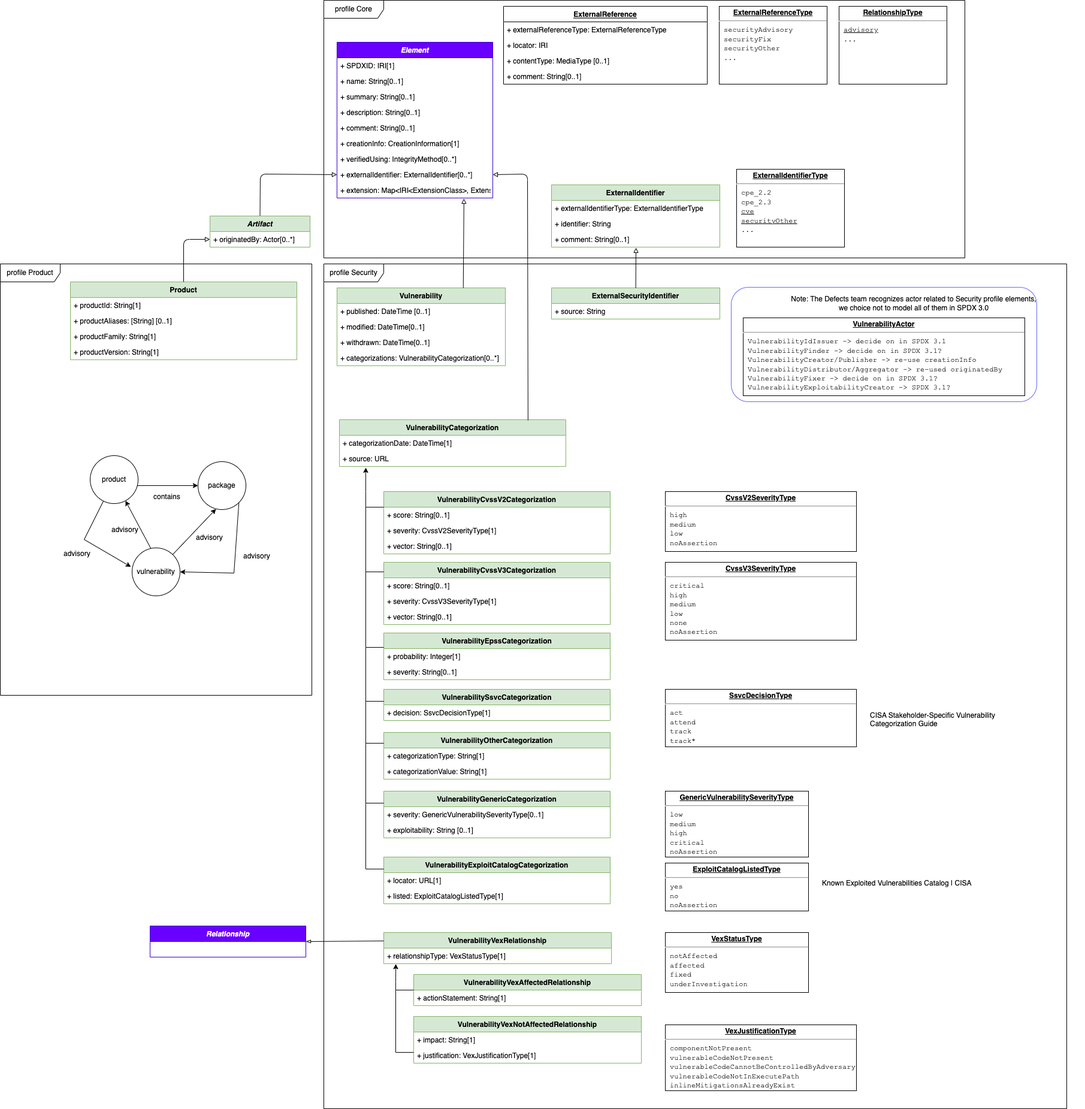
spdx/spdx-3-model keeps this draw.io diagram as security-profile/security-profile.png. Above is the earlier version. Source tidied: cells renumbered, new cells last; positions are measured from the earlier drawing's top-left corner, leaving out a move shared by most shapes.
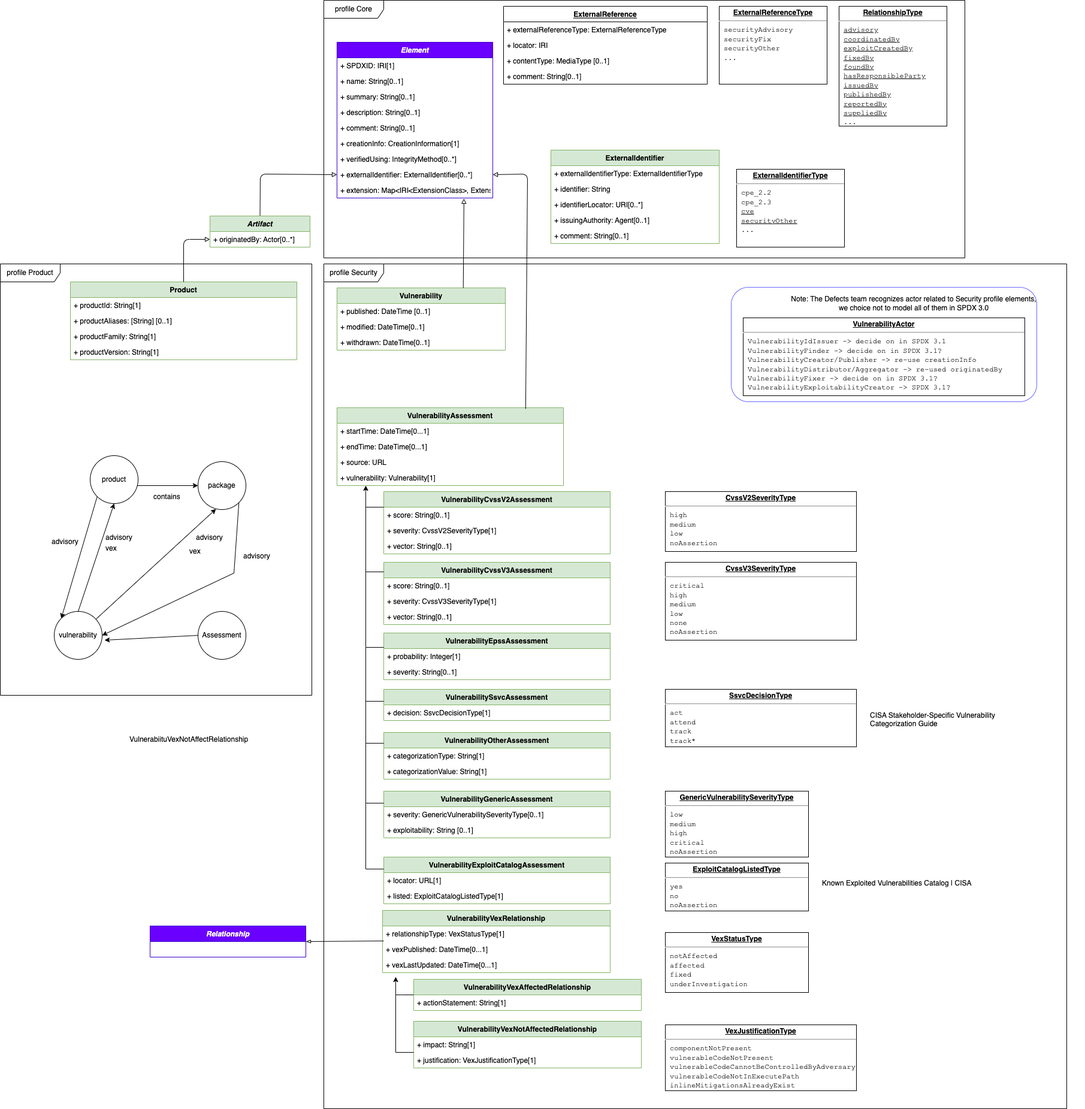
After the commit.

Commit message:
Defects Meeting 2023-04-25

The edit, as a diff of the source:
```diff
@@ -17,9 +17,15 @@
     <mxCell id="6" value="VulnerabilityVexRelationship" style="swimlane;fontStyle=1;horizontal=1;startSize=26;fillColor=#d5e8d4;strokeColor=#82b366;" parent="1" vertex="1">
-      <mxGeometry x="640" y="1556" width="380" height="52" as="geometry" />
+      <mxGeometry x="638" y="1519" width="380" height="104" as="geometry" />
     </mxCell>
+    <mxCell id="114" value="+ relationshipType: VexStatusType[1]&#10;&#10;" style="text;strokeColor=none;fillColor=none;align=left;verticalAlign=top;spacingLeft=4;spacingRight=4;overflow=hidden;" parent="6" vertex="1">
+      <mxGeometry y="26" width="380" height="26" as="geometry" />
+    </mxCell>
-    <mxCell id="7" value="+ relationshipType: VexStatusType[1]&#10;&#10;" style="text;strokeColor=none;fillColor=none;align=left;verticalAlign=top;spacingLeft=4;spacingRight=4;overflow=hidden;points=[[0,0.5],[1,0.5]];portConstraint=eastwest;" parent="6" vertex="1">
-      <mxGeometry y="26" width="380" height="26" as="geometry" />
+    <mxCell id="7" value="+ vexPublished: DateTime[0...1]&#10;&#10;" style="text;strokeColor=none;fillColor=none;align=left;verticalAlign=top;spacingLeft=4;spacingRight=4;overflow=hidden;points=[[0,0.5],[1,0.5]];portConstraint=eastwest;" parent="6" vertex="1">
+      <mxGeometry y="52" width="380" height="26" as="geometry" />
     </mxCell>
+    <mxCell id="115" value="+ vexLastUpdated: DateTime[0...1]&#10;&#10;" style="text;strokeColor=none;fillColor=none;align=left;verticalAlign=top;spacingLeft=4;spacingRight=4;overflow=hidden;" parent="6" vertex="1">
+      <mxGeometry y="78" width="380" height="26" as="geometry" />
+    </mxCell>
     <mxCell id="8" value="Vulnerability" style="swimlane;fontStyle=1;horizontal=1;startSize=26;fillColor=#d5e8d4;strokeColor=#82b366;" parent="1" vertex="1">
-      <mxGeometry x="562" y="480" width="281" height="130" as="geometry" />
+      <mxGeometry x="562" y="480" width="281" height="104" as="geometry" />
     </mxCell>
@@ -34,5 +40,2 @@
     </mxCell>
-    <mxCell id="12" value="+ categorizations: VulnerabilityCategorization[0..*]&#10;" style="text;strokeColor=none;fillColor=none;align=left;verticalAlign=top;spacingLeft=4;spacingRight=4;overflow=hidden;" parent="8" vertex="1">
-      <mxGeometry y="104" width="281" height="26" as="geometry" />
-    </mxCell>
     <mxCell id="13" value="&lt;p style=&quot;margin: 0px ; margin-top: 4px ; text-align: center ; text-decoration: underline&quot;&gt;&lt;b&gt;ExternalReferenceType&lt;/b&gt;&lt;/p&gt;&lt;hr&gt;&lt;p style=&quot;margin: 0px ; margin-left: 8px&quot;&gt;&lt;span style=&quot;background-color: initial; font-family: &amp;quot;Courier New&amp;quot;;&quot;&gt;securityAdvisory&lt;/span&gt;&lt;br&gt;&lt;/p&gt;&lt;p style=&quot;margin: 0px ; margin-left: 8px&quot;&gt;&lt;font face=&quot;Courier New&quot;&gt;securityFix&lt;/font&gt;&lt;/p&gt;&lt;p style=&quot;margin: 0px ; margin-left: 8px&quot;&gt;&lt;font face=&quot;Courier New&quot;&gt;securityOther&lt;/font&gt;&lt;/p&gt;&lt;p style=&quot;margin: 0px ; margin-left: 8px&quot;&gt;&lt;font face=&quot;Courier New&quot;&gt;...&lt;/font&gt;&lt;/p&gt;&lt;p style=&quot;margin: 0px ; margin-left: 8px&quot;&gt;&lt;br&gt;&lt;/p&gt;" style="verticalAlign=top;align=left;overflow=fill;fontSize=12;fontFamily=Helvetica;html=1;" parent="1" vertex="1">
@@ -113,12 +116,18 @@
     </mxCell>
-    <mxCell id="37" value="VulnerabilityCategorization" style="swimlane;fontStyle=1;horizontal=1;startSize=26;fillColor=#d5e8d4;strokeColor=#82b366;" parent="1" vertex="1">
-      <mxGeometry x="566" y="700" width="378" height="78" as="geometry" />
+    <mxCell id="37" value="VulnerabilityAssessment" style="swimlane;fontStyle=1;horizontal=1;startSize=26;fillColor=#d5e8d4;strokeColor=#82b366;" parent="1" vertex="1">
+      <mxGeometry x="562" y="680" width="378" height="130" as="geometry" />
     </mxCell>
-    <mxCell id="38" value="+ categorizationDate: DateTime[1]" style="text;strokeColor=none;fillColor=none;align=left;verticalAlign=top;spacingLeft=4;spacingRight=4;overflow=hidden;" parent="37" vertex="1">
+    <mxCell id="38" value="+ startTime: DateTime[0...1]" style="text;strokeColor=none;fillColor=none;align=left;verticalAlign=top;spacingLeft=4;spacingRight=4;overflow=hidden;" parent="37" vertex="1">
       <mxGeometry y="26" width="378" height="26" as="geometry" />
     </mxCell>
+    <mxCell id="116" value="+ endTime: DateTime[0...1]" style="text;strokeColor=none;fillColor=none;align=left;verticalAlign=top;spacingLeft=4;spacingRight=4;overflow=hidden;" parent="37" vertex="1">
+      <mxGeometry y="52" width="378" height="26" as="geometry" />
+    </mxCell>
     <mxCell id="39" value="+ source: URL" style="text;strokeColor=none;fillColor=none;align=left;verticalAlign=top;spacingLeft=4;spacingRight=4;overflow=hidden;" parent="37" vertex="1">
-      <mxGeometry y="52" width="378" height="26" as="geometry" />
+      <mxGeometry y="78" width="378" height="26" as="geometry" />
     </mxCell>
+    <mxCell id="117" value="+ vulnerability: Vulnerability[1]" style="text;strokeColor=none;fillColor=none;align=left;verticalAlign=top;spacingLeft=4;spacingRight=4;overflow=hidden;" parent="37" vertex="1">
+      <mxGeometry y="104" width="378" height="26" as="geometry" />
+    </mxCell>
-    <mxCell id="40" value="VulnerabilityCvssV2Categorization" style="swimlane;fontStyle=1;horizontal=1;startSize=26;fillColor=#d5e8d4;strokeColor=#82b366;" parent="1" vertex="1">
+    <mxCell id="40" value="VulnerabilityCvssV2Assessment" style="swimlane;fontStyle=1;horizontal=1;startSize=26;fillColor=#d5e8d4;strokeColor=#82b366;" parent="1" vertex="1">
       <mxGeometry x="640" y="820" width="378" height="104" as="geometry" />
@@ -134,3 +143,3 @@
     </mxCell>
-    <mxCell id="44" value="VulnerabilityCvssV3Categorization" style="swimlane;fontStyle=1;horizontal=1;startSize=26;fillColor=#d5e8d4;strokeColor=#82b366;" parent="1" vertex="1">
+    <mxCell id="44" value="VulnerabilityCvssV3Assessment" style="swimlane;fontStyle=1;horizontal=1;startSize=26;fillColor=#d5e8d4;strokeColor=#82b366;" parent="1" vertex="1">
       <mxGeometry x="640" y="938" width="378" height="104" as="geometry" />
@@ -146,3 +155,3 @@
     </mxCell>
-    <mxCell id="48" value="VulnerabilityEpssCategorization" style="swimlane;fontStyle=1;horizontal=1;startSize=26;fillColor=#d5e8d4;strokeColor=#82b366;" parent="1" vertex="1">
+    <mxCell id="48" value="VulnerabilityEpssAssessment" style="swimlane;fontStyle=1;horizontal=1;startSize=26;fillColor=#d5e8d4;strokeColor=#82b366;" parent="1" vertex="1">
       <mxGeometry x="640" y="1056" width="378" height="78" as="geometry" />
@@ -155,3 +164,3 @@
     </mxCell>
-    <mxCell id="51" value="VulnerabilitySsvcCategorization" style="swimlane;fontStyle=1;horizontal=1;startSize=26;fillColor=#d5e8d4;strokeColor=#82b366;" parent="1" vertex="1">
+    <mxCell id="51" value="VulnerabilitySsvcAssessment" style="swimlane;fontStyle=1;horizontal=1;startSize=26;fillColor=#d5e8d4;strokeColor=#82b366;" parent="1" vertex="1">
       <mxGeometry x="640" y="1150" width="378" height="52" as="geometry" />
@@ -164,3 +173,3 @@
     </mxCell>
-    <mxCell id="54" value="VulnerabilityOtherCategorization" style="swimlane;fontStyle=1;horizontal=1;startSize=26;fillColor=#d5e8d4;strokeColor=#82b366;" parent="1" vertex="1">
+    <mxCell id="54" value="VulnerabilityOtherAssessment" style="swimlane;fontStyle=1;horizontal=1;startSize=26;fillColor=#d5e8d4;strokeColor=#82b366;" parent="1" vertex="1">
       <mxGeometry x="640" y="1222" width="378" height="78" as="geometry" />
@@ -173,3 +182,3 @@
     </mxCell>
-    <mxCell id="57" value="VulnerabilityGenericCategorization" style="swimlane;fontStyle=1;horizontal=1;startSize=26;fillColor=#d5e8d4;strokeColor=#82b366;" parent="1" vertex="1">
+    <mxCell id="57" value="VulnerabilityGenericAssessment" style="swimlane;fontStyle=1;horizontal=1;startSize=26;fillColor=#d5e8d4;strokeColor=#82b366;" parent="1" vertex="1">
       <mxGeometry x="640" y="1320" width="378" height="78" as="geometry" />
@@ -185,3 +194,3 @@
     </mxCell>
-    <mxCell id="61" value="VulnerabilityExploitCatalogCategorization" style="swimlane;fontStyle=1;horizontal=1;startSize=26;fillColor=#d5e8d4;strokeColor=#82b366;" parent="1" vertex="1">
+    <mxCell id="61" value="VulnerabilityExploitCatalogAssessment" style="swimlane;fontStyle=1;horizontal=1;startSize=26;fillColor=#d5e8d4;strokeColor=#82b366;" parent="1" vertex="1">
       <mxGeometry x="640" y="1430" width="378" height="78" as="geometry" />
@@ -195,3 +204,3 @@
     <mxCell id="64" value="VulnerabilityVexAffectedRelationship" style="swimlane;fontStyle=1;horizontal=1;startSize=26;fillColor=#d5e8d4;strokeColor=#82b366;" parent="1" vertex="1">
-      <mxGeometry x="690" y="1626" width="380" height="52" as="geometry" />
+      <mxGeometry x="690" y="1634" width="380" height="52" as="geometry" />
     </mxCell>
@@ -201,3 +210,3 @@
     <mxCell id="66" value="VulnerabilityVexNotAffectedRelationship" style="swimlane;fontStyle=1;horizontal=1;startSize=26;fillColor=#d5e8d4;strokeColor=#82b366;" parent="1" vertex="1">
-      <mxGeometry x="690" y="1696" width="380" height="78" as="geometry" />
+      <mxGeometry x="690" y="1704" width="380" height="78" as="geometry" />
     </mxCell>
@@ -231,12 +240,5 @@
     </mxCell>
-    <mxCell id="75" style="rounded=0;jettySize=auto;html=1;exitX=0.388;exitY=0.006;exitDx=0;exitDy=0;exitPerimeter=0;" parent="1" edge="1" source="79" target="77">
+    <mxCell id="75" style="rounded=0;jettySize=auto;html=1;exitX=0.5;exitY=0;exitDx=0;exitDy=0;entryX=0.5;entryY=1;entryDx=0;entryDy=0;" parent="1" edge="1" source="79" target="77">
       <mxGeometry relative="1" as="geometry" />
     </mxCell>
-    <mxCell id="76" style="edgeStyle=none;rounded=0;jettySize=auto;html=1;entryX=-0.025;entryY=0.394;entryDx=0;entryDy=0;entryPerimeter=0;" parent="1" edge="1" source="77" target="79">
-      <mxGeometry relative="1" as="geometry">
-        <Array as="points">
-          <mxPoint x="140" y="900" />
-        </Array>
-      </mxGeometry>
-    </mxCell>
     <mxCell id="77" value="product" style="ellipse;whiteSpace=wrap;html=1;" parent="1" vertex="1">
@@ -248,3 +250,3 @@
     <mxCell id="79" value="vulnerability&lt;br&gt;" style="ellipse;whiteSpace=wrap;html=1;" parent="1" vertex="1">
-      <mxGeometry x="220" y="914" width="80" height="80" as="geometry" />
+      <mxGeometry x="90" y="1020" width="80" height="80" as="geometry" />
     </mxCell>
@@ -254,3 +256,3 @@
     <mxCell id="81" value="advisory" style="text;strokeColor=none;fillColor=none;align=left;verticalAlign=top;spacingLeft=4;spacingRight=4;overflow=hidden;" parent="1" vertex="1">
-      <mxGeometry x="180" y="869.8" width="60" height="22.5" as="geometry" />
+      <mxGeometry x="170" y="883" width="60" height="22.5" as="geometry" />
     </mxCell>
@@ -266,3 +268,3 @@
     <mxCell id="85" value="advisory" style="text;strokeColor=none;fillColor=none;align=left;verticalAlign=top;spacingLeft=4;spacingRight=4;overflow=hidden;" parent="1" vertex="1">
-      <mxGeometry x="100" y="910" width="90" height="24" as="geometry" />
+      <mxGeometry x="80" y="890" width="90" height="24" as="geometry" />
     </mxCell>
@@ -280,3 +282,3 @@
       <mxGeometry relative="1" as="geometry">
-        <mxPoint x="610" y="780" as="targetPoint" />
+        <mxPoint x="610" y="810" as="targetPoint" />
         <Array as="points">
@@ -362,6 +364,8 @@
     </mxCell>
-    <mxCell id="97" style="endArrow=classic;html=1;rounded=0;exitX=0;exitY=0.5;exitDx=0;exitDy=0;entryX=0.053;entryY=1.019;entryDx=0;entryDy=0;entryPerimeter=0;" parent="1" edge="1" source="64" target="7">
+    <mxCell id="97" style="endArrow=classic;html=1;rounded=0;exitX=0;exitY=0.5;exitDx=0;exitDy=0;" parent="1" edge="1" source="64">
       <mxGeometry relative="1" as="geometry">
+        <mxPoint x="660" y="1630" as="targetPoint" />
         <Array as="points">
-          <mxPoint x="660" y="1652" />
+          <mxPoint x="670" y="1660" />
+          <mxPoint x="660" y="1660" />
           <mxPoint x="660" y="1638" />
@@ -388,13 +392,7 @@
     </mxCell>
-    <mxCell id="104" value="&lt;p style=&quot;margin: 0px ; margin-top: 4px ; text-align: center ; text-decoration: underline&quot;&gt;&lt;b&gt;RelationshipType&lt;/b&gt;&lt;/p&gt;&lt;hr&gt;&lt;p style=&quot;margin: 0px ; margin-left: 8px&quot;&gt;&lt;font face=&quot;Courier New&quot;&gt;&lt;u style=&quot;&quot;&gt;advisory&lt;/u&gt;&lt;/font&gt;&lt;/p&gt;&lt;p style=&quot;margin: 0px ; margin-left: 8px&quot;&gt;&lt;font face=&quot;Courier New&quot;&gt;...&lt;/font&gt;&lt;/p&gt;&lt;p style=&quot;margin: 0px ; margin-left: 8px&quot;&gt;&lt;br&gt;&lt;/p&gt;" style="verticalAlign=top;align=left;overflow=fill;fontSize=12;fontFamily=Helvetica;html=1;" parent="1" vertex="1">
-      <mxGeometry x="1400" y="10" width="180" height="130" as="geometry" />
+    <mxCell id="104" value="&lt;p style=&quot;margin: 0px ; margin-top: 4px ; text-align: center ; text-decoration: underline&quot;&gt;&lt;b&gt;RelationshipType&lt;/b&gt;&lt;/p&gt;&lt;hr&gt;&lt;p style=&quot;margin: 0px ; margin-left: 8px&quot;&gt;&lt;font face=&quot;Courier New&quot;&gt;&lt;u style=&quot;&quot;&gt;advisory&lt;/u&gt;&lt;/font&gt;&lt;/p&gt;&lt;p style=&quot;margin: 0px ; margin-left: 8px&quot;&gt;&lt;font face=&quot;Courier New&quot;&gt;&lt;u style=&quot;&quot;&gt;coordinatedBy&lt;/u&gt;&lt;/font&gt;&lt;/p&gt;&lt;p style=&quot;margin: 0px ; margin-left: 8px&quot;&gt;&lt;font face=&quot;Courier New&quot;&gt;&lt;u style=&quot;&quot;&gt;exploitCreatedBy&lt;/u&gt;&lt;/font&gt;&lt;/p&gt;&lt;p style=&quot;margin: 0px ; margin-left: 8px&quot;&gt;&lt;font face=&quot;Courier New&quot;&gt;&lt;u style=&quot;&quot;&gt;fixedBy&lt;/u&gt;&lt;/font&gt;&lt;/p&gt;&lt;p style=&quot;margin: 0px ; margin-left: 8px&quot;&gt;&lt;font face=&quot;Courier New&quot;&gt;&lt;u style=&quot;&quot;&gt;foundBy&lt;/u&gt;&lt;/font&gt;&lt;/p&gt;&lt;p style=&quot;margin: 0px ; margin-left: 8px&quot;&gt;&lt;font face=&quot;Courier New&quot;&gt;&lt;u style=&quot;&quot;&gt;hasResponsibleParty&lt;/u&gt;&lt;/font&gt;&lt;/p&gt;&lt;p style=&quot;margin: 0px ; margin-left: 8px&quot;&gt;&lt;font face=&quot;Courier New&quot;&gt;&lt;u style=&quot;&quot;&gt;issuedBy&lt;/u&gt;&lt;/font&gt;&lt;/p&gt;&lt;p style=&quot;margin: 0px ; margin-left: 8px&quot;&gt;&lt;font face=&quot;Courier New&quot;&gt;&lt;u style=&quot;&quot;&gt;publishedBy&lt;/u&gt;&lt;/font&gt;&lt;/p&gt;&lt;p style=&quot;margin: 0px ; margin-left: 8px&quot;&gt;&lt;font face=&quot;Courier New&quot;&gt;&lt;u style=&quot;&quot;&gt;reportedBy&lt;/u&gt;&lt;/font&gt;&lt;/p&gt;&lt;p style=&quot;margin: 0px ; margin-left: 8px&quot;&gt;&lt;font face=&quot;Courier New&quot;&gt;&lt;u style=&quot;&quot;&gt;suppliedBy&lt;br&gt;&lt;/u&gt;&lt;/font&gt;&lt;/p&gt;&lt;p style=&quot;margin: 0px ; margin-left: 8px&quot;&gt;&lt;font face=&quot;Courier New&quot;&gt;...&lt;/font&gt;&lt;/p&gt;&lt;p style=&quot;margin: 0px ; margin-left: 8px&quot;&gt;&lt;br&gt;&lt;/p&gt;" style="verticalAlign=top;align=left;overflow=fill;fontSize=12;fontFamily=Helvetica;html=1;" parent="1" vertex="1">
+      <mxGeometry x="1400" y="10" width="180" height="200" as="geometry" />
     </mxCell>
-    <mxCell id="105" value="ExternalSecurityIdentifier" style="swimlane;fontStyle=1;horizontal=1;startSize=26;fillColor=#d5e8d4;strokeColor=#82b366;" parent="1" vertex="1">
-      <mxGeometry x="920" y="480" width="281" height="52" as="geometry" />
-    </mxCell>
-    <mxCell id="106" value="+ source: String" style="text;strokeColor=none;fillColor=none;align=left;verticalAlign=top;spacingLeft=4;spacingRight=4;overflow=hidden;" parent="105" vertex="1">
-      <mxGeometry y="26" width="281" height="26" as="geometry" />
-    </mxCell>
     <mxCell id="107" value="ExternalIdentifier" style="swimlane;fontStyle=1;horizontal=1;startSize=26;fillColor=#d5e8d4;strokeColor=#82b366;" parent="1" vertex="1">
-      <mxGeometry x="920" y="308" width="281" height="104" as="geometry" />
+      <mxGeometry x="919" y="250" width="281" height="156" as="geometry" />
     </mxCell>
@@ -403,11 +401,14 @@
     </mxCell>
-    <mxCell id="109" value="+ identifier: String&#10;" style="text;strokeColor=none;fillColor=none;align=left;verticalAlign=top;spacingLeft=4;spacingRight=4;overflow=hidden;" parent="107" vertex="1">
+    <mxCell id="109" value="+ identifier: String&#10;&#10;&#10;" style="text;strokeColor=none;fillColor=none;align=left;verticalAlign=top;spacingLeft=4;spacingRight=4;overflow=hidden;" parent="107" vertex="1">
       <mxGeometry y="52" width="281" height="26" as="geometry" />
     </mxCell>
+    <mxCell id="118" value="+ identifierLocator: URI[0..*]&#10;&#10;&#10;" style="text;strokeColor=none;fillColor=none;align=left;verticalAlign=top;spacingLeft=4;spacingRight=4;overflow=hidden;" parent="107" vertex="1">
+      <mxGeometry y="78" width="281" height="26" as="geometry" />
+    </mxCell>
+    <mxCell id="119" value="+ issuingAuthority: Agent[0..1]&#10;&#10;&#10;" style="text;strokeColor=none;fillColor=none;align=left;verticalAlign=top;spacingLeft=4;spacingRight=4;overflow=hidden;" parent="107" vertex="1">
+      <mxGeometry y="104" width="281" height="26" as="geometry" />
+    </mxCell>
     <mxCell id="110" value="+ comment: String[0..1]&#10;" style="text;strokeColor=none;fillColor=none;align=left;verticalAlign=top;spacingLeft=4;spacingRight=4;overflow=hidden;points=[[0,0.5],[1,0.5]];portConstraint=eastwest;" parent="107" vertex="1">
-      <mxGeometry y="78" width="281" height="26" as="geometry" />
+      <mxGeometry y="130" width="281" height="26" as="geometry" />
     </mxCell>
-    <mxCell id="111" style="endArrow=block;endSize=6;endFill=0;html=1;entryX=0.502;entryY=1.038;entryDx=0;entryDy=0;entryPerimeter=0;" parent="1" edge="1" source="105" target="110">
-      <mxGeometry relative="1" as="geometry" />
-    </mxCell>
     <mxCell id="112" style="endArrow=block;endSize=6;endFill=0;html=1;exitX=0.833;exitY=0.013;exitDx=0;exitDy=0;exitPerimeter=0;entryX=1;entryY=0.5;entryDx=0;entryDy=0;" parent="1" edge="1" source="37" target="27">
@@ -422,2 +423,20 @@
     </mxCell>
+    <mxCell id="120" value="Assessment" style="ellipse;whiteSpace=wrap;html=1;" parent="1" vertex="1">
+      <mxGeometry x="330" y="1020" width="80" height="80" as="geometry" />
+    </mxCell>
+    <mxCell id="121" style="rounded=0;jettySize=auto;html=1;entryX=1.05;entryY=0.6;entryDx=0;entryDy=0;entryPerimeter=0;exitX=0;exitY=0.5;exitDx=0;exitDy=0;" parent="1" edge="1" source="120" target="79">
+      <mxGeometry relative="1" as="geometry" />
+    </mxCell>
+    <mxCell id="122" value="VulnerabiituVexNotAffectRelationship" style="text;strokeColor=none;fillColor=none;align=left;verticalAlign=top;spacingLeft=4;spacingRight=4;overflow=hidden;" parent="1" vertex="1">
+      <mxGeometry x="210" y="1220" width="280" height="23" as="geometry" />
+    </mxCell>
+    <mxCell id="123" value="vex" style="text;strokeColor=none;fillColor=none;align=left;verticalAlign=top;spacingLeft=4;spacingRight=4;overflow=hidden;" parent="1" vertex="1">
+      <mxGeometry x="170" y="901" width="69" height="23" as="geometry" />
+    </mxCell>
+    <mxCell id="124" value="vex" style="text;strokeColor=none;fillColor=none;align=left;verticalAlign=top;spacingLeft=4;spacingRight=4;overflow=hidden;" parent="1" vertex="1">
+      <mxGeometry x="310" y="905.5" width="69" height="23" as="geometry" />
+    </mxCell>
+    <mxCell id="76" style="rounded=0;jettySize=auto;html=1;exitX=0;exitY=1;exitDx=0;exitDy=0;entryX=0;entryY=0;entryDx=0;entryDy=0;" parent="1" edge="1" source="77" target="79">
+      <mxGeometry relative="1" as="geometry" />
+    </mxCell>
   </root>
```
